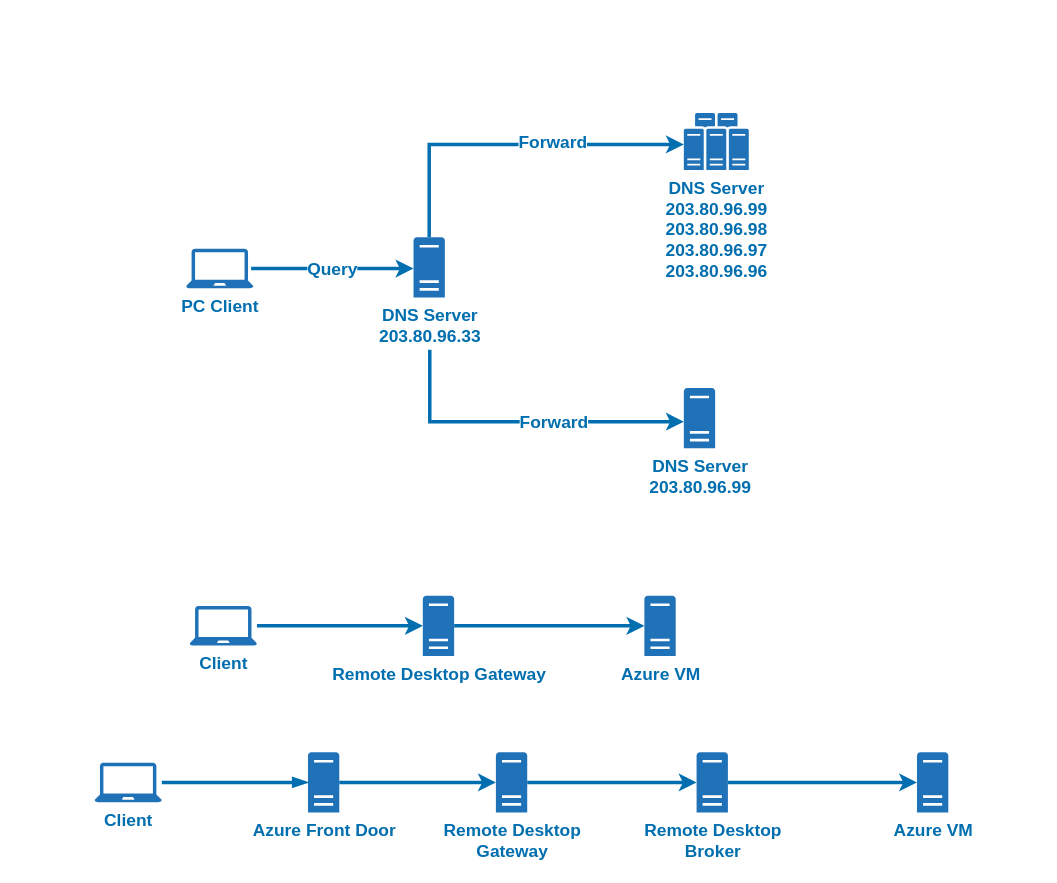
This is Network.drawio from diskya/drive, a draw.io file, before an edit. Source tidied: cells renumbered, new cells numbered last; positions are measured from the earlier drawing's top-left corner, leaving out a move shared by most shapes. Both pictures are drawn from the tidied source at 116%, with x=0, y=0 at pixel (94, 113).
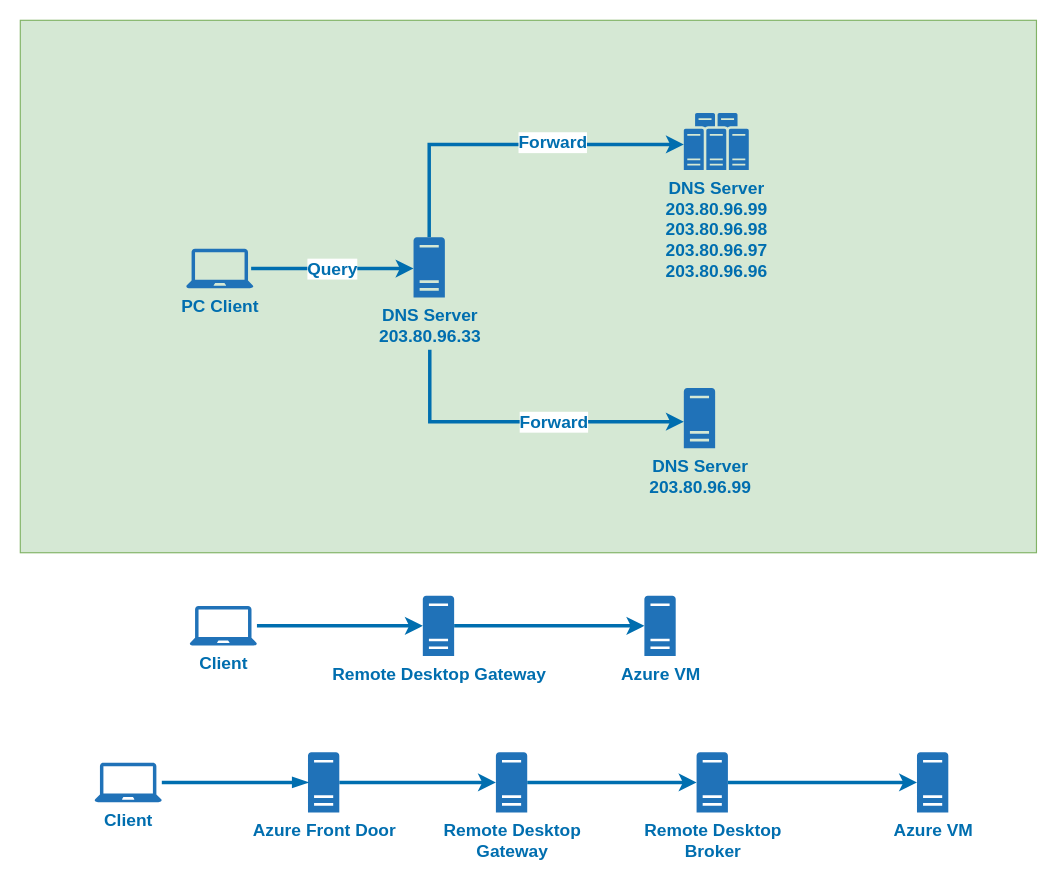
The same page after the edit.

The edit, as a diff of the source:
```diff
@@
+    <mxCell id="24" style="rounded=0;whiteSpace=wrap;html=1;fillColor=#d5e8d4;strokeColor=#82b366;" parent="1" vertex="1">
+      <mxGeometry x="-64" y="-80" width="876" height="459" as="geometry" />
+    </mxCell>
```
